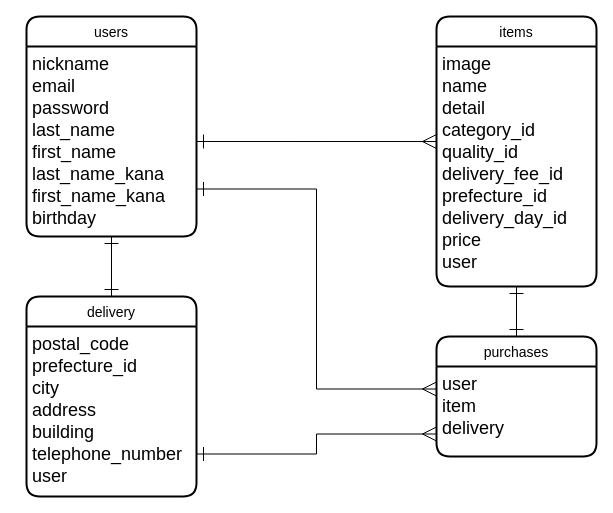
Before: furima.dio in KOJI1992/furima-35029, a draw.io diagram. Source tidied: cells renumbered, new cells numbered last; positions are measured from the earlier drawing's top-left corner, leaving out a move shared by most shapes. Both pictures are drawn from the tidied source at 100%, with x=0, y=0 at pixel (26, 16).
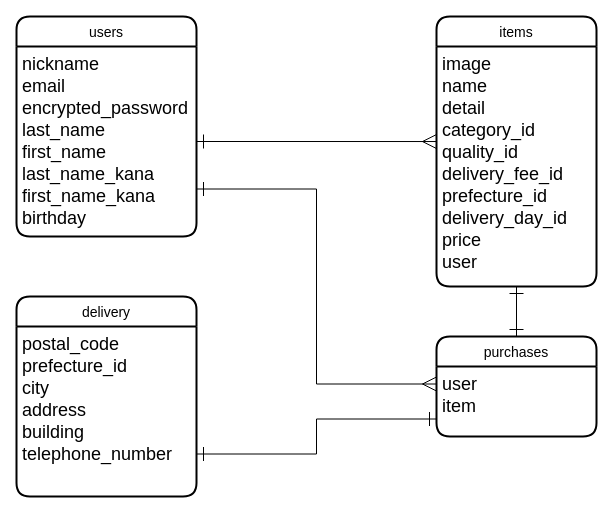
Above is the later version.

Commit message (it also covers changes not shown here):
データベース設計の再修正

The edit, as a diff of the source:
```diff
@@
 <mxGraphModel>
   <root>
     <mxCell id="0" />
     <mxCell id="1" parent="0" />
     <mxCell id="2" value="users" style="swimlane;horizontal=1;startSize=30;rounded=1;fontSize=14;fontStyle=0;strokeWidth=2;shadow=0;dashed=0;align=center;" parent="1" vertex="1">
-      <mxGeometry width="170" height="220" as="geometry" />
+      <mxGeometry x="-10" width="180" height="220" as="geometry" />
     </mxCell>
-    <mxCell id="3" value="nickname&#10;email&#10;password&#10;last_name&#10;first_name&#10;last_name_kana&#10;first_name_kana&#10;birthday" style="align=left;strokeColor=none;fillColor=none;spacingLeft=4;fontSize=18;verticalAlign=top;" parent="2" vertex="1">
-      <mxGeometry y="30" width="170" height="190" as="geometry" />
+    <mxCell id="3" value="nickname&#10;email&#10;encrypted_password&#10;last_name&#10;first_name&#10;last_name_kana&#10;first_name_kana&#10;birthday" style="align=left;strokeColor=none;fillColor=none;spacingLeft=4;fontSize=18;verticalAlign=top;" parent="2" vertex="1">
+      <mxGeometry y="30" width="180" height="190" as="geometry" />
     </mxCell>
     <mxCell id="4" value="items" style="swimlane;horizontal=1;startSize=30;rounded=1;fontSize=14;fontStyle=0;strokeWidth=2;shadow=0;dashed=0;align=center;" parent="1" vertex="1">
       <mxGeometry x="410" width="160" height="270" as="geometry" />
     </mxCell>
     <mxCell id="5" value="image&#10;name&#10;detail&#10;category_id&#10;quality_id&#10;delivery_fee_id&#10;prefecture_id&#10;delivery_day_id&#10;price&#10;user" style="align=left;strokeColor=none;fillColor=none;spacingLeft=4;fontSize=18;verticalAlign=top;" parent="4" vertex="1">
       <mxGeometry y="30" width="160" height="240" as="geometry" />
     </mxCell>
     <mxCell id="6" value="purchases" style="swimlane;horizontal=1;startSize=30;rounded=1;fontSize=14;fontStyle=0;strokeWidth=2;shadow=0;dashed=0;align=center;" parent="1" vertex="1">
-      <mxGeometry x="410" y="320" width="160" height="120" as="geometry" />
+      <mxGeometry x="410" y="320" width="160" height="100" as="geometry" />
     </mxCell>
-    <mxCell id="7" value="user&#10;item&#10;delivery" style="align=left;strokeColor=none;fillColor=none;spacingLeft=4;fontSize=18;verticalAlign=top;" parent="6" vertex="1">
-      <mxGeometry y="30" width="160" height="90" as="geometry" />
+    <mxCell id="7" value="user&#10;item" style="align=left;strokeColor=none;fillColor=none;spacingLeft=4;fontSize=18;verticalAlign=top;" parent="6" vertex="1">
+      <mxGeometry y="30" width="160" height="70" as="geometry" />
     </mxCell>
     <mxCell id="8" value="delivery" style="swimlane;horizontal=1;startSize=30;rounded=1;fontSize=14;fontStyle=0;strokeWidth=2;shadow=0;dashed=0;align=center;" parent="1" vertex="1">
-      <mxGeometry y="280" width="170" height="200" as="geometry" />
+      <mxGeometry x="-10" y="280" width="180" height="200" as="geometry" />
     </mxCell>
-    <mxCell id="9" value="postal_code&#10;prefecture_id&#10;city&#10;address&#10;building&#10;telephone_number&#10;user" style="align=left;strokeColor=none;fillColor=none;spacingLeft=4;fontSize=18;verticalAlign=top;" parent="8" vertex="1">
-      <mxGeometry y="30" width="170" height="170" as="geometry" />
+    <mxCell id="9" value="postal_code&#10;prefecture_id&#10;city&#10;address&#10;building&#10;telephone_number" style="align=left;strokeColor=none;fillColor=none;spacingLeft=4;fontSize=18;verticalAlign=top;" parent="8" vertex="1">
+      <mxGeometry y="30" width="180" height="170" as="geometry" />
     </mxCell>
     <mxCell id="10" style="edgeStyle=orthogonalEdgeStyle;rounded=0;jettySize=auto;html=1;exitX=1;exitY=0.5;exitDx=0;exitDy=0;entryX=0;entryY=0.396;entryDx=0;entryDy=0;entryPerimeter=0;endArrow=ERmany;endFill=0;endSize=12;startArrow=ERone;startFill=0;startSize=12;" parent="1" edge="1" source="3" target="5">
       <mxGeometry relative="1" as="geometry" />
     </mxCell>
     <mxCell id="11" style="edgeStyle=orthogonalEdgeStyle;rounded=0;jettySize=auto;html=1;exitX=1;exitY=0.75;exitDx=0;exitDy=0;entryX=0;entryY=0.25;entryDx=0;entryDy=0;startArrow=ERone;startFill=0;endArrow=ERmany;endFill=0;endSize=12;strokeWidth=1;startSize=12;" parent="1" edge="1" source="3" target="7">
       <mxGeometry relative="1" as="geometry" />
     </mxCell>
-    <mxCell id="12" style="edgeStyle=orthogonalEdgeStyle;rounded=0;jettySize=auto;html=1;exitX=0.5;exitY=1;exitDx=0;exitDy=0;entryX=0.5;entryY=0;entryDx=0;entryDy=0;startArrow=ERone;startFill=0;endArrow=ERone;endFill=0;endSize=12;strokeWidth=1;startSize=12;" parent="1" edge="1" source="3" target="8">
-      <mxGeometry relative="1" as="geometry" />
-    </mxCell>
     <mxCell id="13" style="edgeStyle=orthogonalEdgeStyle;rounded=0;jettySize=auto;html=1;exitX=0.5;exitY=1;exitDx=0;exitDy=0;entryX=0.5;entryY=0;entryDx=0;entryDy=0;startArrow=ERone;startFill=0;startSize=12;endArrow=ERone;endFill=0;endSize=12;strokeWidth=1;" parent="1" edge="1" source="5" target="6">
       <mxGeometry relative="1" as="geometry" />
     </mxCell>
-    <mxCell id="14" style="edgeStyle=orthogonalEdgeStyle;rounded=0;jettySize=auto;html=1;exitX=1;exitY=0.75;exitDx=0;exitDy=0;entryX=0;entryY=0.75;entryDx=0;entryDy=0;startArrow=ERone;startFill=0;startSize=12;endArrow=ERmany;endFill=0;endSize=12;strokeWidth=1;" parent="1" edge="1" source="9" target="7">
+    <mxCell id="14" style="edgeStyle=orthogonalEdgeStyle;rounded=0;jettySize=auto;html=1;exitX=1;exitY=0.75;exitDx=0;exitDy=0;entryX=0;entryY=0.75;entryDx=0;entryDy=0;startArrow=ERone;startFill=0;startSize=12;endArrow=ERone;endFill=0;endSize=12;strokeWidth=1;" parent="1" edge="1" source="9" target="7">
       <mxGeometry relative="1" as="geometry" />
     </mxCell>
   </root>
 </mxGraphModel>
```
